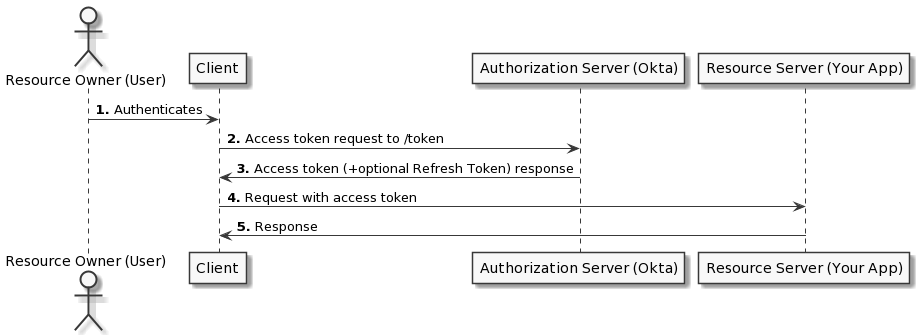
Above: packages/@okta/vuepress-site/.vuepress/public/img/authorization/oauth-password-grant-flow.png in okta/okta-developer-docs (PlantUML), before the change. Its diagram source:
```plantuml
@startuml
skinparam monochrome true
actor "Resource Owner (User)" as user
participant "Client" as client
participant "Authorization Server (Okta)" as okta
participant "Resource Server (Your App)" as app

autonumber "<b>#."
user -> client: Authenticates
client -> okta: Access token request to /token
okta -> client: Access token (+optional Refresh Token) response
client -> app: Request with access token
app -> client: Response
@enduml
```
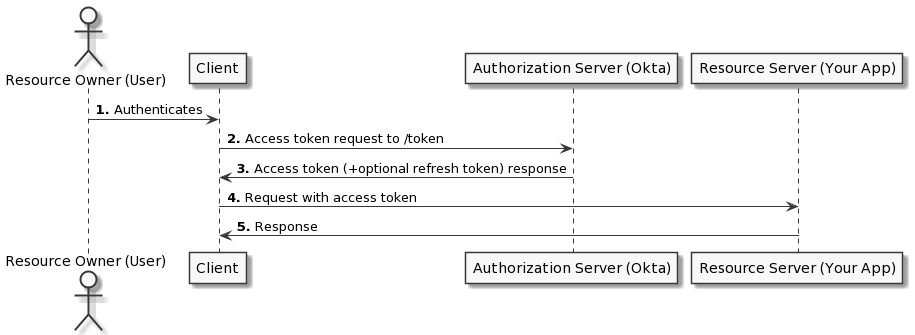
Later version of the same file.

Diff of the diagram source:
```diff
@@ -8,7 +8,7 @@
 autonumber "<b>#."
 user -> client: Authenticates
 client -> okta: Access token request to /token
-okta -> client: Access token (+optional Refresh Token) response
+okta -> client: Access token (+optional refresh token) response
 client -> app: Request with access token
 app -> client: Response
 @enduml
```
